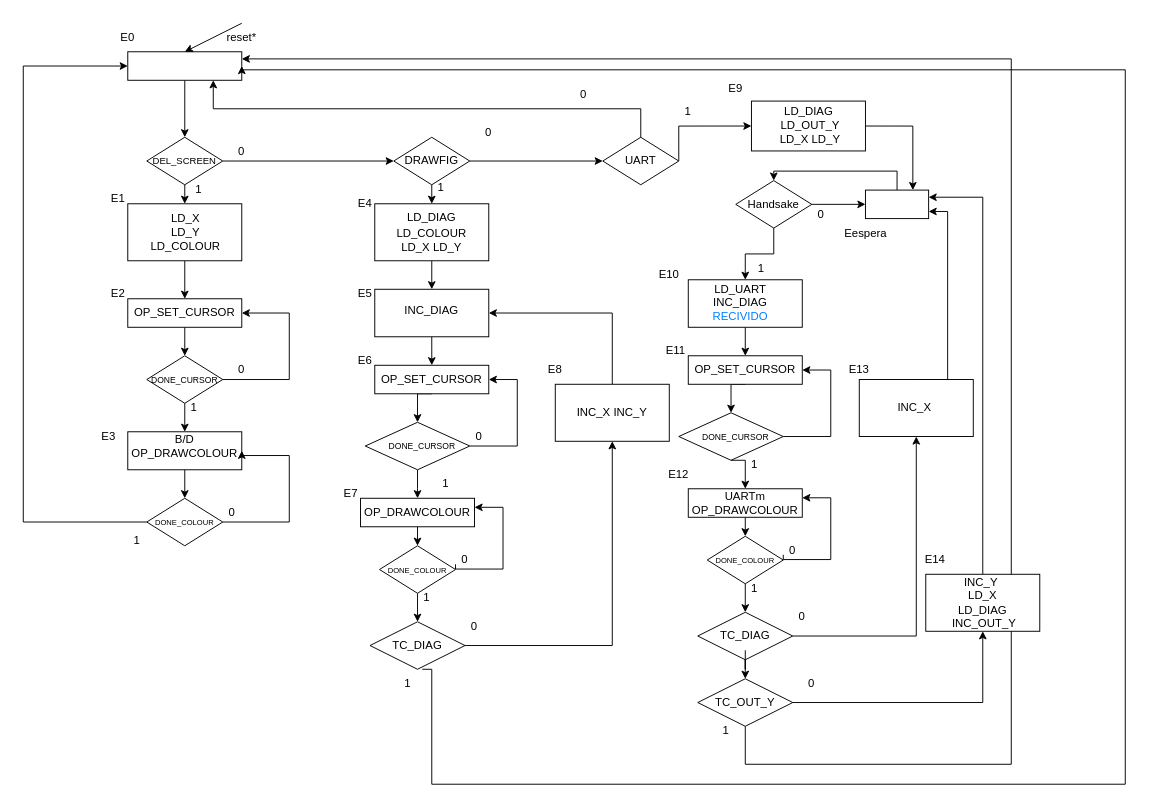
Above: Proyecto/Diseños/Lcd_draw_uc.drawio in marcosChoucino/SIstemasDigitales (draw.io), before the change. Source tidied: cells renumbered, new cells numbered last; positions are measured from the earlier drawing's top-left corner, leaving out a move shared by most shapes. Both pictures are drawn from the tidied source at 95%, with x=0, y=0 at pixel (23, 23).
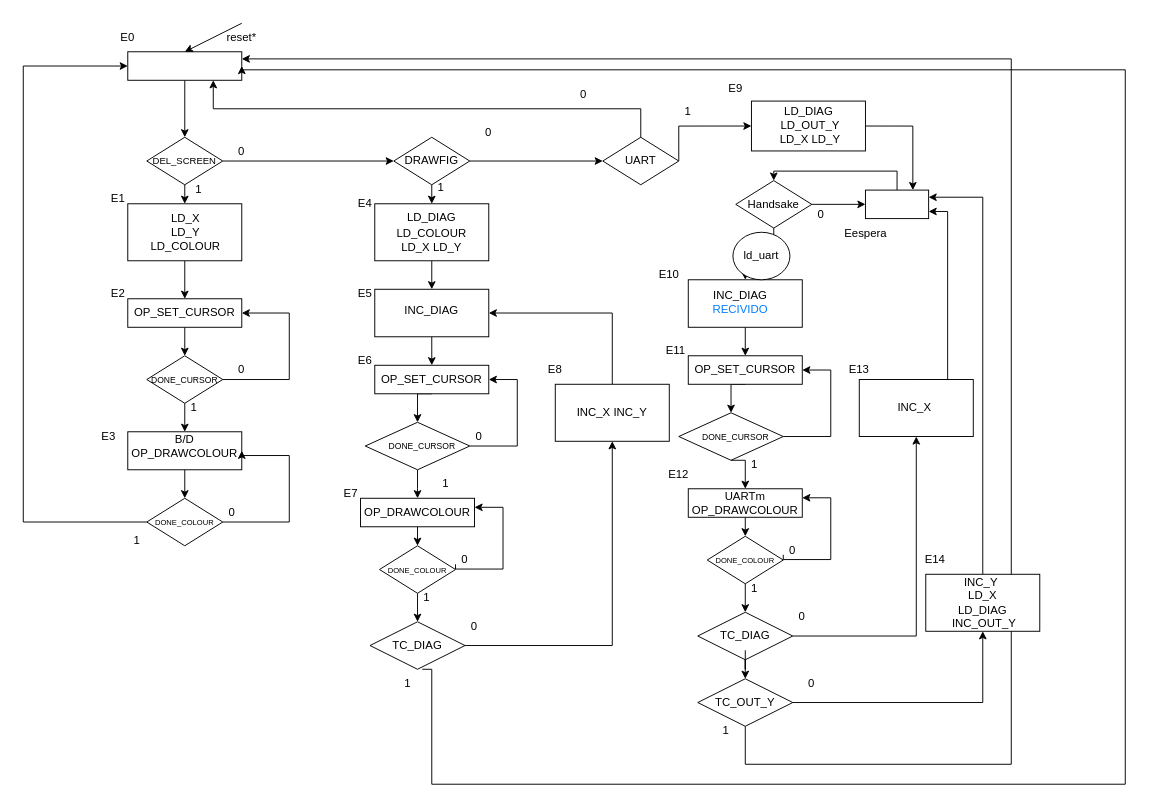
The same diagram, later.

Diff of the diagram source:
```diff
@@
-    <mxCell id="101" value="LD_UART&lt;br&gt;INC_DIAG&lt;br&gt;&lt;font color=&quot;#007fff&quot;&gt;RECIVIDO&lt;/font&gt;" style="text;html=1;strokeColor=none;fillColor=none;align=center;verticalAlign=middle;whiteSpace=wrap;rounded=0;" parent="1" vertex="1">
+    <mxCell id="101" value="INC_DIAG&lt;br&gt;&lt;font color=&quot;#007fff&quot;&gt;RECIVIDO&lt;/font&gt;" style="text;html=1;strokeColor=none;fillColor=none;align=center;verticalAlign=middle;whiteSpace=wrap;rounded=0;" parent="1" vertex="1">
       <mxGeometry x="720" y="279" width="70" height="30" as="geometry" />
     </mxCell>
@@
+    <mxCell id="139" value="ld_uart" style="ellipse;whiteSpace=wrap;html=1;" parent="1" vertex="1">
+      <mxGeometry x="747" y="220" width="60" height="50" as="geometry" />
+    </mxCell>
```
